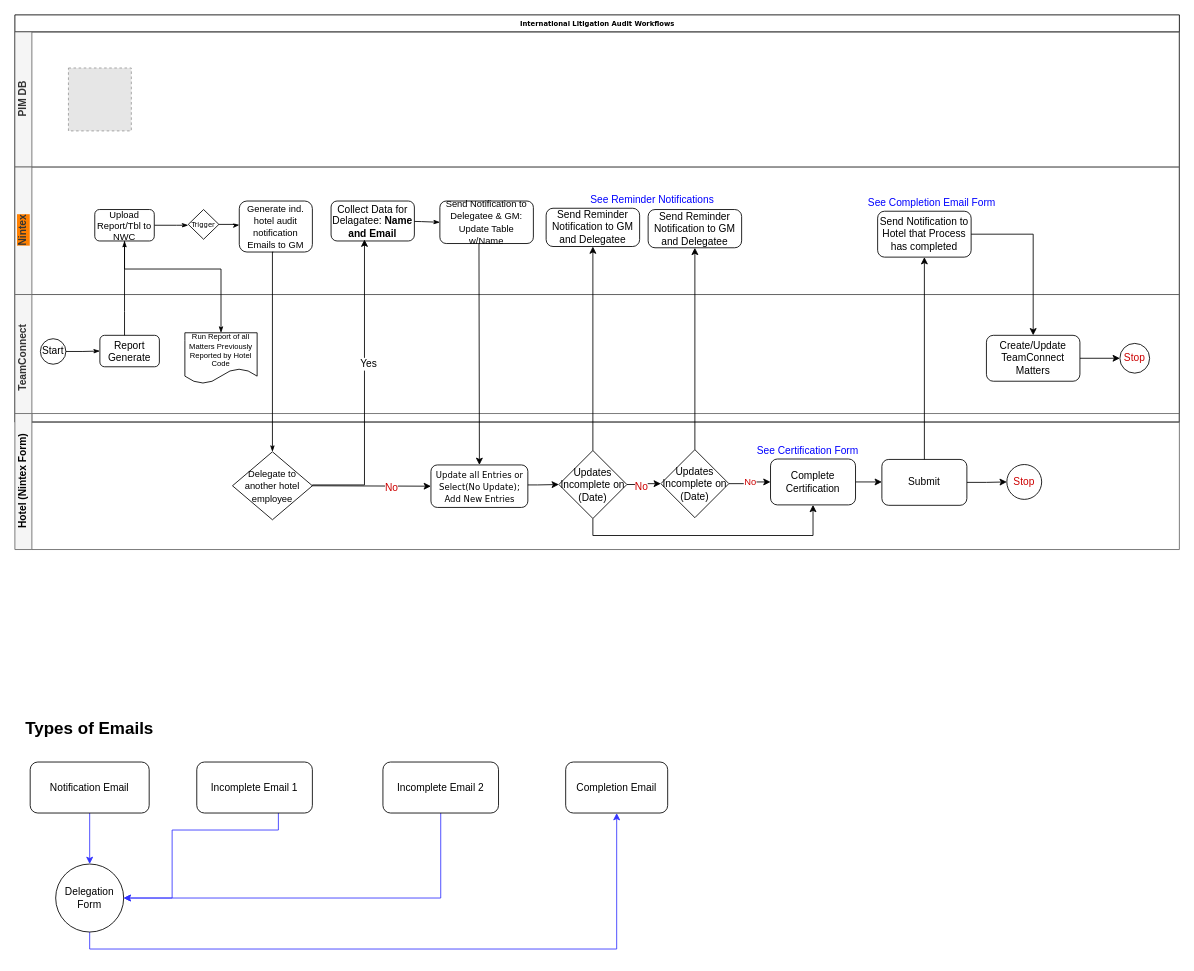
ednat14/edna keeps this draw.io diagram as page "Data Flow" (1 of 7) of Nintex Workflow Cloud.drawio. Above is the earlier version. Source tidied: cells renumbered, new cells numbered last; positions are measured from the earlier drawing's top-left corner, leaving out a move shared by most shapes. Both pictures are drawn from the tidied source at 85%, with x=0, y=0 at pixel (14, 14). Pictures stored in the file or linked from it are replaced by grey dashed boxes.
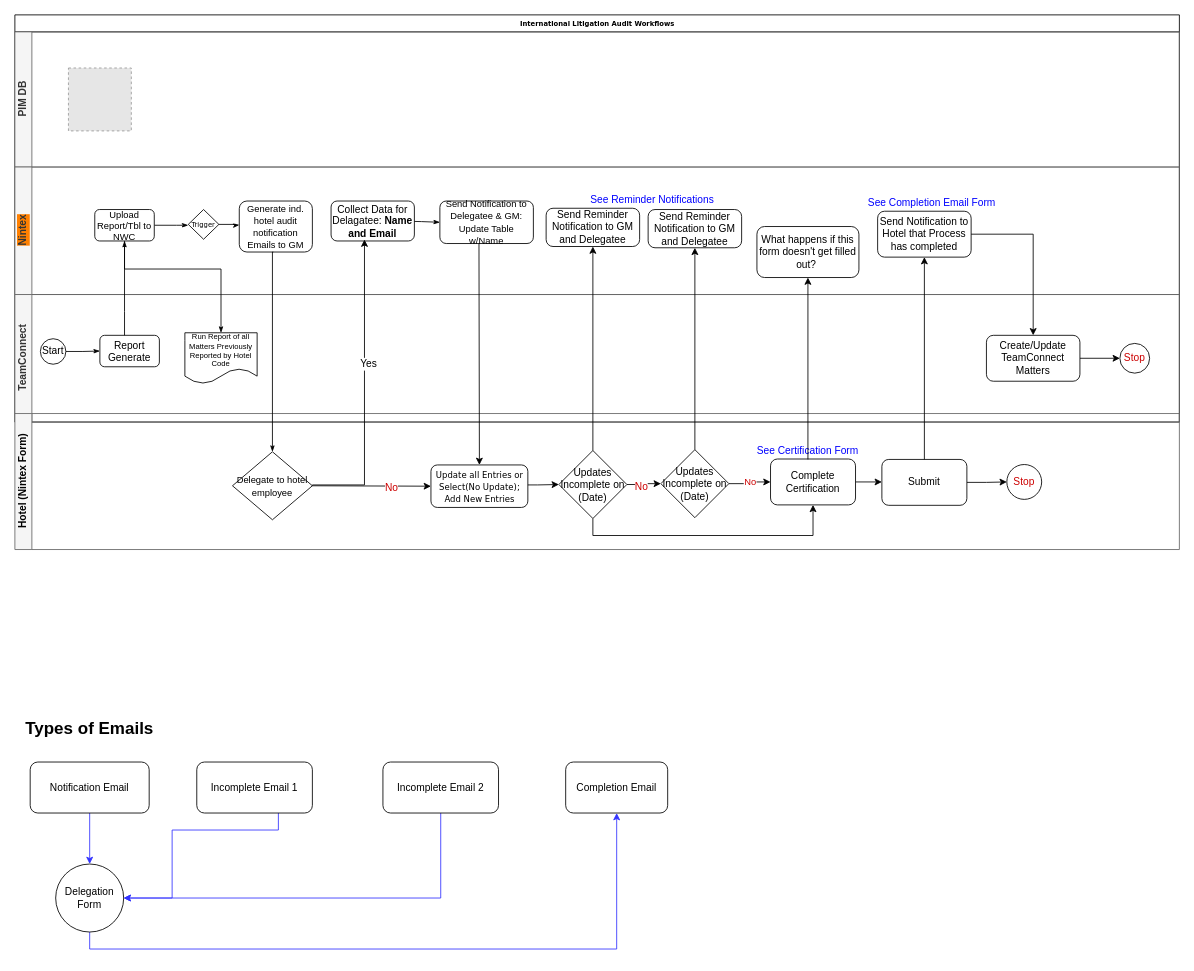
The same diagram, later.

Unchanged cells that the change refers to:
```xml
<mxCell id="30" value="&lt;span&gt;&lt;font color=&quot;#000000&quot;&gt;Hotel (Nintex Form)&lt;/font&gt;&lt;br&gt;&lt;/span&gt;" style="swimlane;html=1;startSize=20;horizontal=0;fillColor=#f5f5f5;strokeColor=#666666;fontColor=#333333;" parent="1" vertex="1">
  <mxGeometry y="469" width="1370" height="160" as="geometry" />
</mxCell>
<mxCell id="40" value="See Certification Form" style="text;html=1;strokeColor=none;fillColor=none;align=center;verticalAlign=middle;whiteSpace=wrap;rounded=0;fontColor=#0000FF;" parent="30" vertex="1">
  <mxGeometry x="843" y="34" width="180" height="20" as="geometry" />
</mxCell>
```

Change to the diagram source:
```diff
@@
-    <mxCell id="46" value="&lt;span style=&quot;white-space: normal&quot;&gt;&lt;font style=&quot;font-size: 11px&quot;&gt;Delegate to another hotel employee&lt;/font&gt;&lt;/span&gt;" style="rhombus;whiteSpace=wrap;html=1;labelBackgroundColor=none;fontColor=#000000;" parent="30" vertex="1">
+    <mxCell id="46" value="&lt;span style=&quot;white-space: normal&quot;&gt;&lt;font style=&quot;font-size: 11px&quot;&gt;Delegate to hotel employee&lt;/font&gt;&lt;/span&gt;" style="rhombus;whiteSpace=wrap;html=1;labelBackgroundColor=none;fontColor=#000000;" parent="30" vertex="1">
       <mxGeometry x="256" y="45" width="94" height="80" as="geometry" />
     </mxCell>
@@
+    <mxCell id="65" value="What happens if this form doesn't get filled out?&amp;nbsp;" style="rounded=1;whiteSpace=wrap;html=1;" parent="1" vertex="1">
+      <mxGeometry x="873" y="249" width="120" height="60" as="geometry" />
+    </mxCell>
+    <mxCell id="66" style="endArrow=classic;html=1;exitX=0.5;exitY=1;exitDx=0;exitDy=0;" parent="1" edge="1" source="40" target="65">
+      <mxGeometry relative="1" as="geometry" />
+    </mxCell>
```
